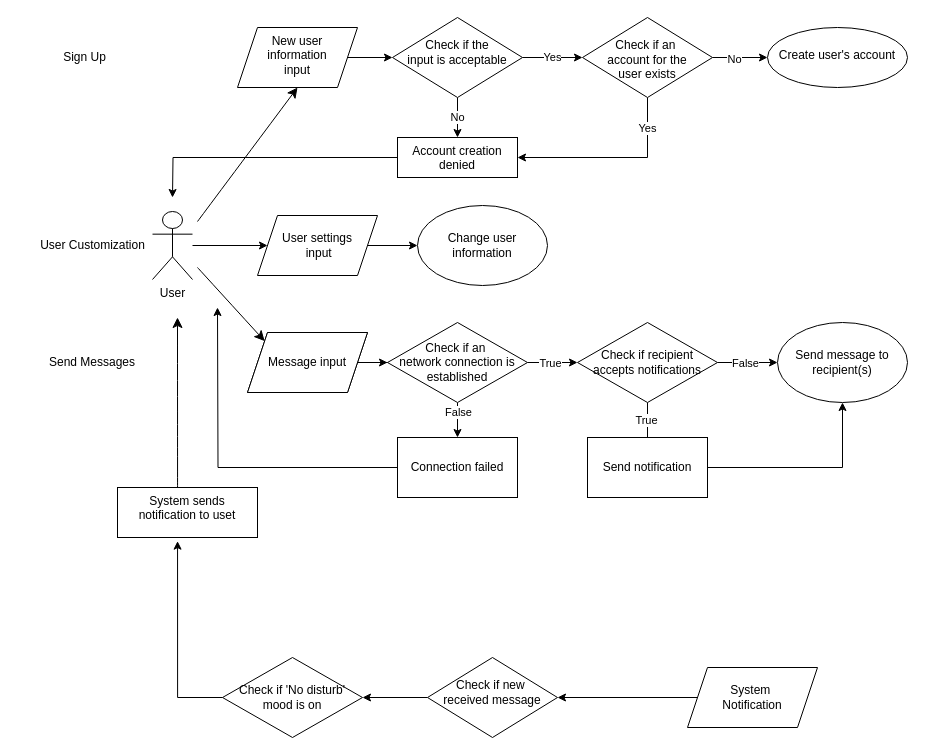
Above: context.drawio in M4RL1M/CPSC-362-Chat-App-Project (draw.io), before the change. Source tidied: cells renumbered, new cells numbered last; positions are measured from the earlier drawing's top-left corner, leaving out a move shared by most shapes. Both pictures are drawn from the tidied source at 100%, with x=0, y=0 at pixel (17, 17).
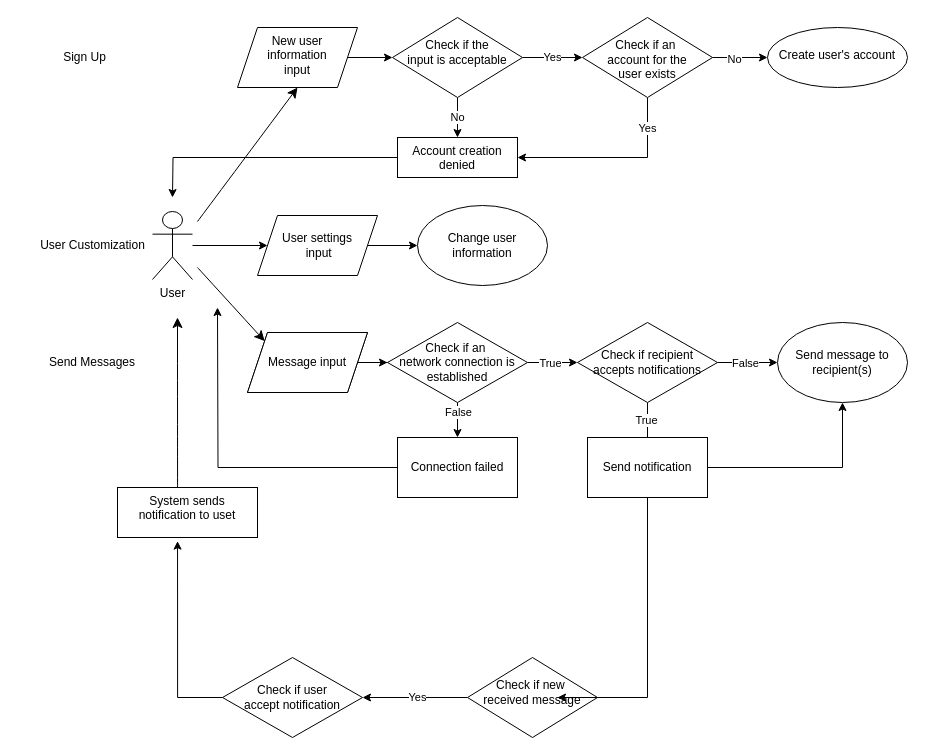
Above is the later version.

Unchanged cells that the change refers to:
```xml
<mxCell id="45" value="Send notification" style="whiteSpace=wrap;html=1;" parent="1" vertex="1">
  <mxGeometry x="570" y="420" width="120" height="60" as="geometry" />
</mxCell>
```

The edit, as a diff of the source:
```diff
@@
-    <mxCell id="41" value="System&amp;nbsp;&lt;div&gt;Notification&lt;/div&gt;" style="shape=parallelogram;perimeter=parallelogramPerimeter;whiteSpace=wrap;html=1;fixedSize=1;" parent="1" vertex="1">
-      <mxGeometry x="670" y="650" width="130" height="60" as="geometry" />
-    </mxCell>
-    <mxCell id="42" value="Check if 'No disturb'&lt;div&gt;mood is on&lt;/div&gt;" style="rhombus;whiteSpace=wrap;html=1;" parent="1" vertex="1">
+    <mxCell id="42" value="Check if user&lt;div&gt;accept notification&lt;/div&gt;" style="rhombus;whiteSpace=wrap;html=1;" parent="1" vertex="1">
       <mxGeometry x="205" y="640" width="140" height="80" as="geometry" />
     </mxCell>
@@
-    <mxCell id="49" style="edgeStyle=orthogonalEdgeStyle;rounded=0;jettySize=auto;html=1;exitX=0;exitY=0.5;exitDx=0;exitDy=0;" parent="1" edge="1" source="41" target="50">
-      <mxGeometry relative="1" as="geometry" />
-    </mxCell>
     <mxCell id="50" value="&lt;div&gt;&lt;br&gt;&lt;/div&gt;&lt;div&gt;Check if new&amp;nbsp;&lt;br&gt;&lt;/div&gt;&lt;div&gt;received message&lt;/div&gt;" style="rhombus;whiteSpace=wrap;html=1;verticalAlign=top;" parent="1" vertex="1">
-      <mxGeometry x="410" y="640" width="130" height="80" as="geometry" />
+      <mxGeometry x="450" y="640" width="130" height="80" as="geometry" />
     </mxCell>
+    <mxCell id="51" value="Yes" style="edgeStyle=orthogonalEdgeStyle;rounded=0;jettySize=auto;html=1;exitX=0.5;exitY=1;exitDx=0;exitDy=0;" parent="1" edge="1" source="45">
+      <mxGeometry x="1" y="140" relative="1" as="geometry">
+        <mxPoint x="540" y="680" as="targetPoint" />
+        <Array as="points">
+          <mxPoint x="630" y="680" />
+        </Array>
+        <mxPoint x="-140" y="-140" as="offset" />
+      </mxGeometry>
+    </mxCell>
```
